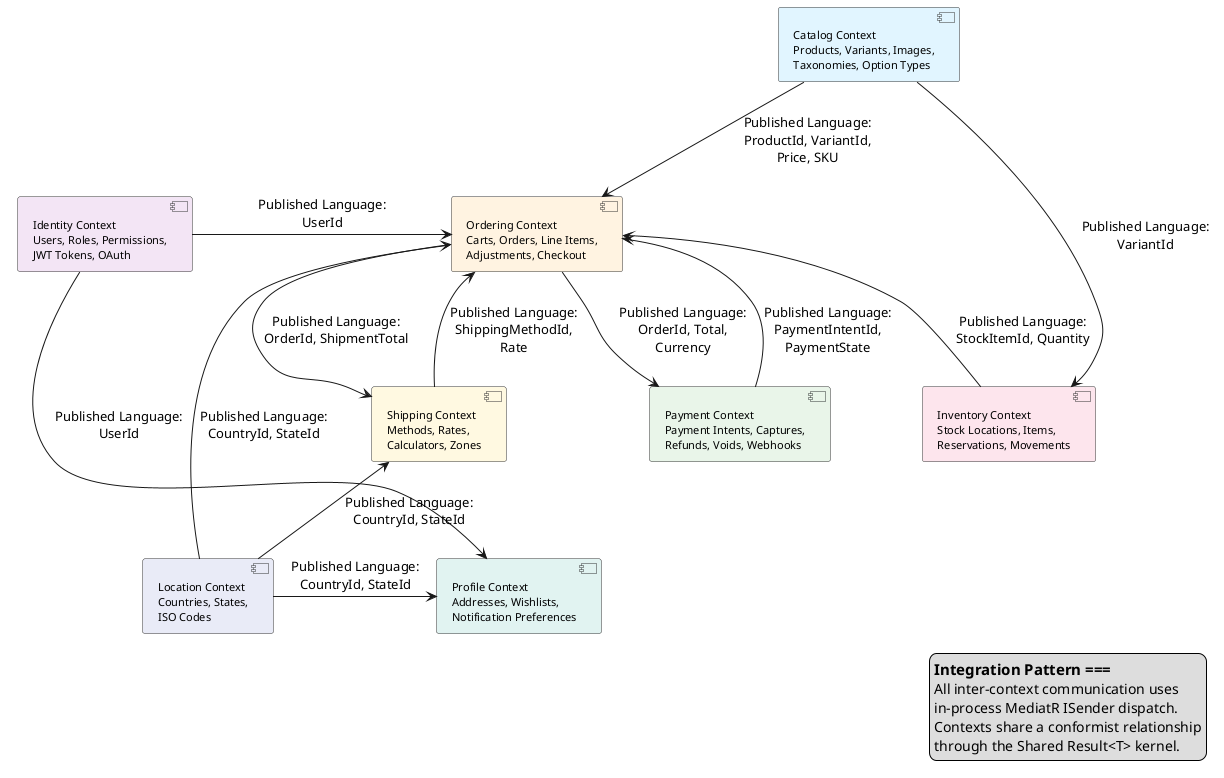
The PlantUML diagram thesis/figures/chapters/part2/ch2-design/03-architecture/diagrams/P2S2.2.3_bounded-context-map.png in qingfa-dev/ReSys.Shop, before a commit. The source it was exported from:
```plantuml
@startuml bounded-context-map

skinparam component {
    BackgroundColor White
    BorderColor #333333
    FontSize 11
}

legend right
  === Integration Pattern ===
  All inter-context communication uses
  in-process MediatR ISender dispatch.
  Contexts share a conformist relationship
  through the Shared Result<T> kernel.
endlegend

component "Catalog Context\nProducts, Variants, Images,\nTaxonomies, Option Types" as CATALOG #e1f5fe
component "Ordering Context\nCarts, Orders, Line Items,\nAdjustments, Checkout" as ORDERING #fff3e0
component "Payment Context\nPayment Intents, Captures,\nRefunds, Voids, Webhooks" as PAYMENT #e8f5e9
component "Inventory Context\nStock Locations, Items,\nReservations, Movements" as INVENTORY #fce4ec
component "Identity Context\nUsers, Roles, Permissions,\nJWT Tokens, OAuth" as IDENTITY #f3e5f5
component "Profile Context\nAddresses, Wishlists,\nNotification Preferences" as PROFILE #e0f2f1
component "Shipping Context\nMethods, Rates,\nCalculators, Zones" as SHIPPING #fff8e1
component "Location Context\nCountries, States,\nISO Codes" as LOCATION #e8eaf6

CATALOG -down-> ORDERING : "Published Language:\nProductId, VariantId,\nPrice, SKU"
CATALOG -right-> INVENTORY : "Published Language:\nVariantId"
ORDERING -right-> PAYMENT : "Published Language:\nOrderId, Total,\nCurrency"
ORDERING -down-> SHIPPING : "Published Language:\nOrderId, ShipmentTotal"
INVENTORY -up-> ORDERING : "Published Language:\nStockItemId, Quantity"
IDENTITY -right-> ORDERING : "Published Language:\nUserId"
IDENTITY -down-> PROFILE : "Published Language:\nUserId"
LOCATION -right-> PROFILE : "Published Language:\nCountryId, StateId"
LOCATION -up-> SHIPPING : "Published Language:\nCountryId, StateId"
LOCATION -left-> ORDERING : "Published Language:\nCountryId, StateId"
PAYMENT -up-> ORDERING : "Published Language:\nPaymentIntentId,\nPaymentState"
SHIPPING -up-> ORDERING : "Published Language:\nShippingMethodId,\nRate"

@enduml
```
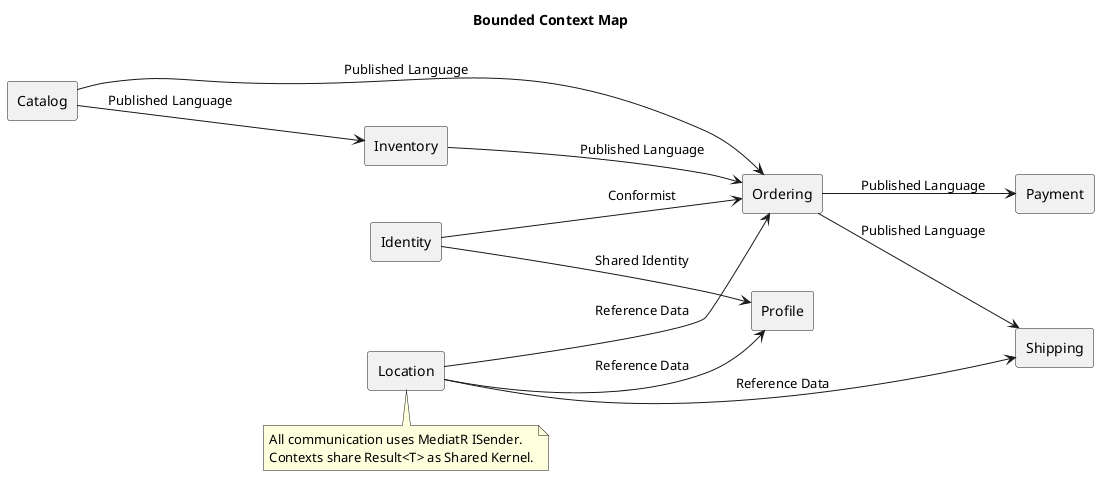
After the commit.

What changed in the source:
```diff
@@ -1,39 +1,37 @@
-@startuml bounded-context-map
+@startuml
+title Bounded Context Map
 
-skinparam component {
-    BackgroundColor White
-    BorderColor #333333
-    FontSize 11
-}
+left to right direction
 
-legend right
-  === Integration Pattern ===
-  All inter-context communication uses
-  in-process MediatR ISender dispatch.
-  Contexts share a conformist relationship
-  through the Shared Result<T> kernel.
-endlegend
+skinparam componentStyle rectangle
+skinparam shadowing false
 
-component "Catalog Context\nProducts, Variants, Images,\nTaxonomies, Option Types" as CATALOG #e1f5fe
-component "Ordering Context\nCarts, Orders, Line Items,\nAdjustments, Checkout" as ORDERING #fff3e0
-component "Payment Context\nPayment Intents, Captures,\nRefunds, Voids, Webhooks" as PAYMENT #e8f5e9
-component "Inventory Context\nStock Locations, Items,\nReservations, Movements" as INVENTORY #fce4ec
-component "Identity Context\nUsers, Roles, Permissions,\nJWT Tokens, OAuth" as IDENTITY #f3e5f5
-component "Profile Context\nAddresses, Wishlists,\nNotification Preferences" as PROFILE #e0f2f1
-component "Shipping Context\nMethods, Rates,\nCalculators, Zones" as SHIPPING #fff8e1
-component "Location Context\nCountries, States,\nISO Codes" as LOCATION #e8eaf6
+component Catalog
+component Ordering
+component Inventory
+component Payment
+component Shipping
+component Identity
+component Profile
+component Location
 
-CATALOG -down-> ORDERING : "Published Language:\nProductId, VariantId,\nPrice, SKU"
-CATALOG -right-> INVENTORY : "Published Language:\nVariantId"
-ORDERING -right-> PAYMENT : "Published Language:\nOrderId, Total,\nCurrency"
-ORDERING -down-> SHIPPING : "Published Language:\nOrderId, ShipmentTotal"
-INVENTORY -up-> ORDERING : "Published Language:\nStockItemId, Quantity"
-IDENTITY -right-> ORDERING : "Published Language:\nUserId"
-IDENTITY -down-> PROFILE : "Published Language:\nUserId"
-LOCATION -right-> PROFILE : "Published Language:\nCountryId, StateId"
-LOCATION -up-> SHIPPING : "Published Language:\nCountryId, StateId"
-LOCATION -left-> ORDERING : "Published Language:\nCountryId, StateId"
-PAYMENT -up-> ORDERING : "Published Language:\nPaymentIntentId,\nPaymentState"
-SHIPPING -up-> ORDERING : "Published Language:\nShippingMethodId,\nRate"
+Catalog --> Ordering : Published Language
+Catalog --> Inventory : Published Language
+Inventory --> Ordering : Published Language
+
+Ordering --> Payment : Published Language
+Ordering --> Shipping : Published Language
+
+Identity --> Ordering : Conformist
+Identity --> Profile : Shared Identity
+
+Location --> Profile : Reference Data
+Location --> Shipping : Reference Data
+Location --> Ordering : Reference Data
+
+note bottom
+All communication uses MediatR ISender.
+Contexts share Result<T> as Shared Kernel.
+end note
 
 @enduml
```
